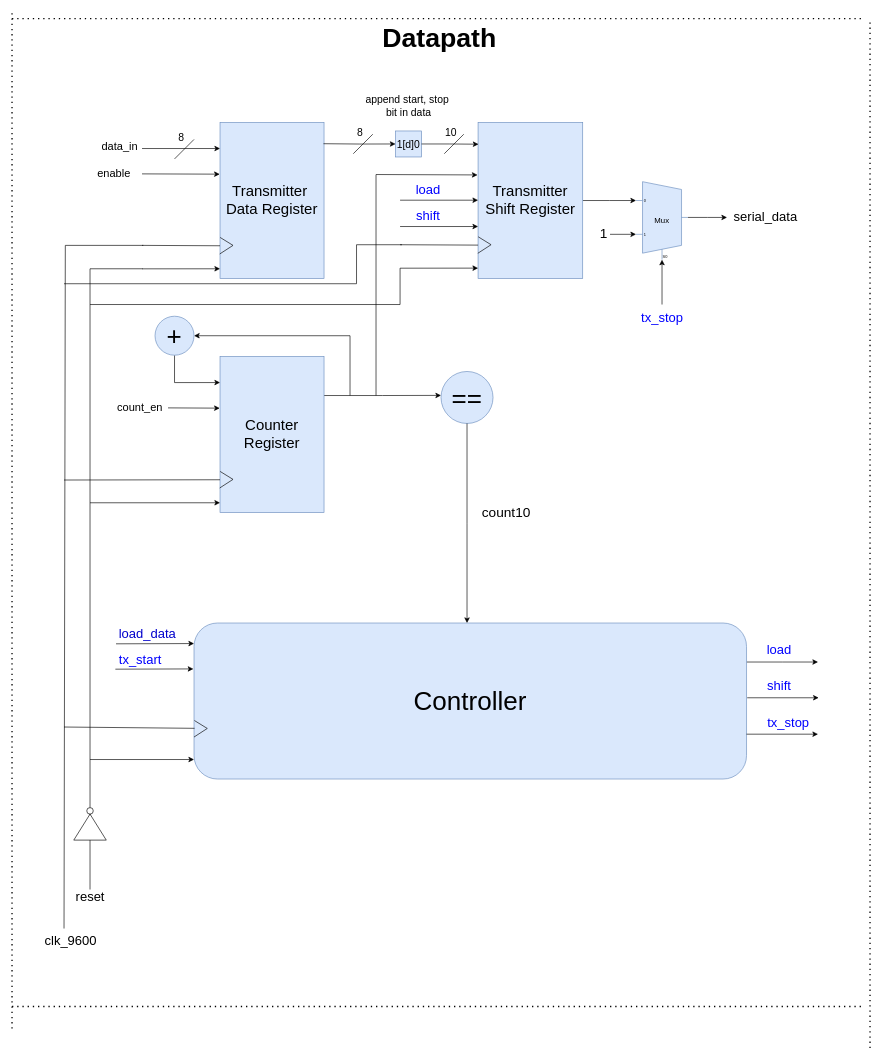
Earlier version of the draw.io diagram docs/datapath_uart.drawio (mnasirEE/uart_serial). Source tidied: cells renumbered, new cells numbered last; positions are measured from the earlier drawing's top-left corner, leaving out a move shared by most shapes. Both pictures are drawn from the tidied source at 65%, with x=0, y=0 at pixel (12, 12).
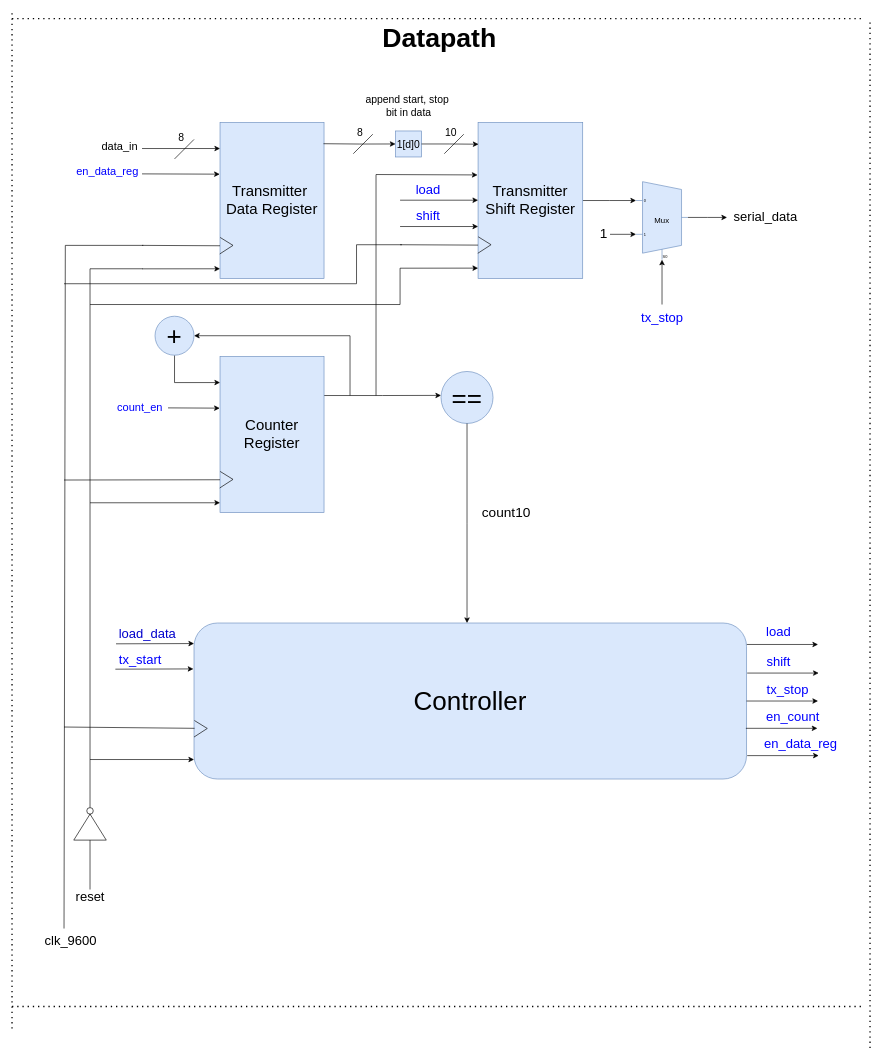
The same page after the edit.

The change refers to these unchanged cells:
```xml
<mxCell id="4" value="&lt;font style=&quot;font-size: 40px;&quot;&gt;Controller&lt;/font&gt;" style="rounded=1;whiteSpace=wrap;html=1;fillColor=#dae8fc;strokeColor=#6c8ebf;" parent="1" vertex="1">
  <mxGeometry x="280" y="940" width="850" height="240" as="geometry" />
</mxCell>
```

Diff of the diagram source:
```diff
@@
-    <mxCell id="3" style="edgeStyle=orthogonalEdgeStyle;rounded=0;jettySize=auto;html=1;exitX=1;exitY=0.25;exitDx=0;exitDy=0;" parent="1" edge="1" source="4">
+    <mxCell id="3" style="edgeStyle=orthogonalEdgeStyle;rounded=0;orthogonalLoop=1;jettySize=auto;html=1;exitX=1;exitY=0.25;exitDx=0;exitDy=0;" parent="1" edge="1">
       <mxGeometry relative="1" as="geometry">
-        <mxPoint x="1240" y="1000" as="targetPoint" />
+        <mxPoint x="1130" y="973" as="sourcePoint" />
+        <mxPoint x="1240" y="973" as="targetPoint" />
       </mxGeometry>
     </mxCell>
@@
-    <mxCell id="13" value="&lt;font style=&quot;font-size: 17px;&quot;&gt;enable&lt;/font&gt;" style="text;html=1;align=center;verticalAlign=middle;whiteSpace=wrap;rounded=0;" parent="1" vertex="1">
-      <mxGeometry x="110" y="234" width="94" height="30" as="geometry" />
+    <mxCell id="13" value="&lt;font color=&quot;#0000ff&quot; style=&quot;font-size: 17px;&quot;&gt;en_data_reg&lt;/font&gt;" style="text;html=1;align=center;verticalAlign=middle;whiteSpace=wrap;rounded=0;" parent="1" vertex="1">
+      <mxGeometry x="100" y="231" width="94" height="30" as="geometry" />
     </mxCell>
@@
-    <mxCell id="27" value="&lt;font style=&quot;font-size: 17px;&quot;&gt;count_en&lt;/font&gt;" style="text;html=1;align=center;verticalAlign=middle;whiteSpace=wrap;rounded=0;" parent="1" vertex="1">
+    <mxCell id="27" value="&lt;font color=&quot;#0000ff&quot; style=&quot;font-size: 17px;&quot;&gt;count_en&lt;/font&gt;" style="text;html=1;align=center;verticalAlign=middle;whiteSpace=wrap;rounded=0;" parent="1" vertex="1">
       <mxGeometry x="150" y="595" width="94" height="30" as="geometry" />
     </mxCell>
@@
     <mxCell id="48" style="edgeStyle=orthogonalEdgeStyle;rounded=0;orthogonalLoop=1;jettySize=auto;html=1;exitX=1;exitY=0.25;exitDx=0;exitDy=0;" parent="1" edge="1">
       <mxGeometry relative="1" as="geometry">
-        <mxPoint x="1131" y="1055" as="sourcePoint" />
-        <mxPoint x="1241" y="1055" as="targetPoint" />
+        <mxPoint x="1131" y="1017" as="sourcePoint" />
+        <mxPoint x="1241" y="1017" as="targetPoint" />
       </mxGeometry>
     </mxCell>
     <mxCell id="49" style="edgeStyle=orthogonalEdgeStyle;rounded=0;orthogonalLoop=1;jettySize=auto;html=1;exitX=1;exitY=0.25;exitDx=0;exitDy=0;" parent="1" edge="1">
       <mxGeometry relative="1" as="geometry">
-        <mxPoint x="1130" y="1111" as="sourcePoint" />
-        <mxPoint x="1240" y="1111" as="targetPoint" />
+        <mxPoint x="1130" y="1060" as="sourcePoint" />
+        <mxPoint x="1240" y="1060" as="targetPoint" />
       </mxGeometry>
     </mxCell>
     <mxCell id="50" value="&lt;font color=&quot;#0000ff&quot; style=&quot;font-size: 20px;&quot;&gt;load&lt;/font&gt;" style="text;html=1;align=center;verticalAlign=middle;strokeColor=none;fillColor=none;" parent="1" vertex="1">
-      <mxGeometry x="1150" y="960" width="60" height="40" as="geometry" />
+      <mxGeometry x="1149" y="933" width="60" height="40" as="geometry" />
     </mxCell>
     <mxCell id="51" value="&lt;font color=&quot;#0000ff&quot; style=&quot;font-size: 20px;&quot;&gt;shift&lt;/font&gt;" style="text;html=1;align=center;verticalAlign=middle;strokeColor=none;fillColor=none;" parent="1" vertex="1">
-      <mxGeometry x="1150" y="1016" width="60" height="40" as="geometry" />
+      <mxGeometry x="1149" y="978" width="60" height="40" as="geometry" />
     </mxCell>
     <mxCell id="52" value="&lt;font color=&quot;#0000ff&quot; style=&quot;font-size: 20px;&quot;&gt;tx_stop&lt;/font&gt;" style="text;html=1;align=center;verticalAlign=middle;strokeColor=none;fillColor=none;" parent="1" vertex="1">
-      <mxGeometry x="1149" y="1073" width="90" height="40" as="geometry" />
+      <mxGeometry x="1148" y="1022" width="90" height="40" as="geometry" />
     </mxCell>
@@
+    <mxCell id="78" style="edgeStyle=orthogonalEdgeStyle;rounded=0;orthogonalLoop=1;jettySize=auto;html=1;exitX=1;exitY=0.25;exitDx=0;exitDy=0;" parent="1" edge="1">
+      <mxGeometry relative="1" as="geometry">
+        <mxPoint x="1129" y="1102" as="sourcePoint" />
+        <mxPoint x="1239" y="1102" as="targetPoint" />
+      </mxGeometry>
+    </mxCell>
+    <mxCell id="79" value="&lt;font color=&quot;#0000ff&quot; style=&quot;font-size: 20px;&quot;&gt;en_count&lt;/font&gt;" style="text;html=1;align=center;verticalAlign=middle;strokeColor=none;fillColor=none;" parent="1" vertex="1">
+      <mxGeometry x="1146" y="1064" width="110" height="40" as="geometry" />
+    </mxCell>
+    <mxCell id="80" style="edgeStyle=orthogonalEdgeStyle;rounded=0;orthogonalLoop=1;jettySize=auto;html=1;exitX=1;exitY=0.25;exitDx=0;exitDy=0;" parent="1" edge="1">
+      <mxGeometry relative="1" as="geometry">
+        <mxPoint x="1131" y="1144" as="sourcePoint" />
+        <mxPoint x="1241" y="1144" as="targetPoint" />
+      </mxGeometry>
+    </mxCell>
+    <mxCell id="81" value="&lt;font color=&quot;#0000ff&quot; style=&quot;font-size: 20px;&quot;&gt;en_data_reg&lt;/font&gt;" style="text;html=1;align=center;verticalAlign=middle;strokeColor=none;fillColor=none;" parent="1" vertex="1">
+      <mxGeometry x="1143" y="1105" width="140" height="40" as="geometry" />
+    </mxCell>
```
